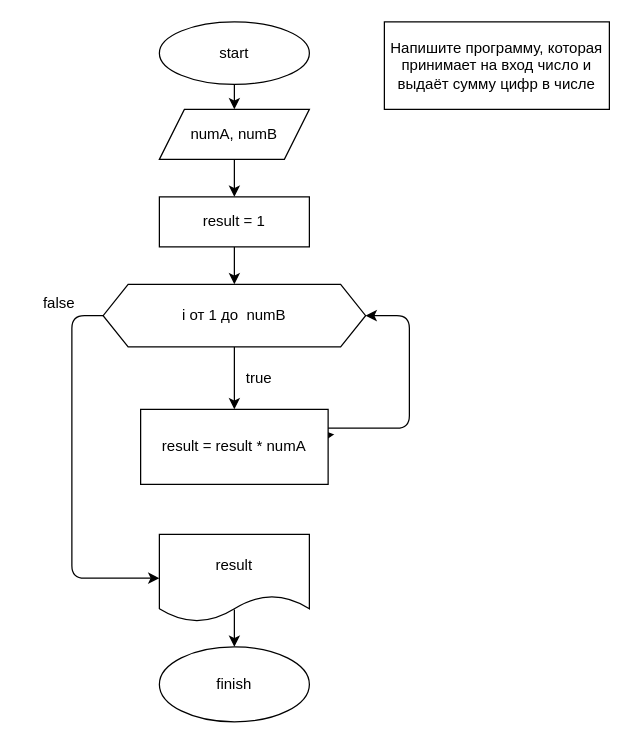
Above: ex25/diagram25.drawio in RomanenkoElena/Homework4 (draw.io), before the change. Source tidied: cells renumbered, new cells numbered last; positions are measured from the earlier drawing's top-left corner, leaving out a move shared by most shapes. Both pictures are drawn from the tidied source at 125%, with x=0, y=0 at pixel (21, 21).
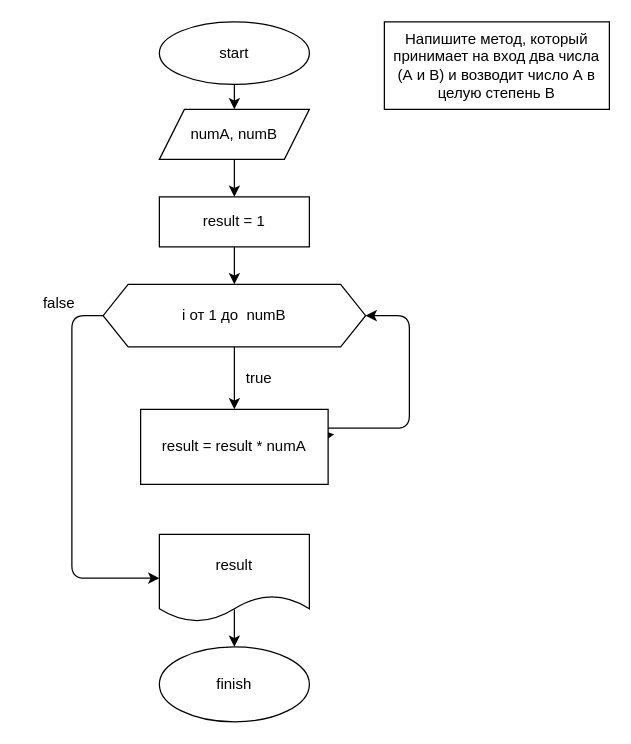
The same page after the edit.

The edit, as a diff of the source:
```diff
@@
-<mxGraphModel>
+<mxGraphModel background="#ffffff">
@@
-    <mxCell id="3" value="Напишите программу, которая принимает на вход число и выдаёт сумму цифр в числе" style="rounded=0;whiteSpace=wrap;html=1;" parent="1" vertex="1">
+    <mxCell id="3" value="Напишите метод, который принимает на вход два числа (А и В) и возводит число А в целую степень В" style="rounded=0;whiteSpace=wrap;html=1;" parent="1" vertex="1">
       <mxGeometry x="290" width="180" height="70" as="geometry" />
     </mxCell>
```
